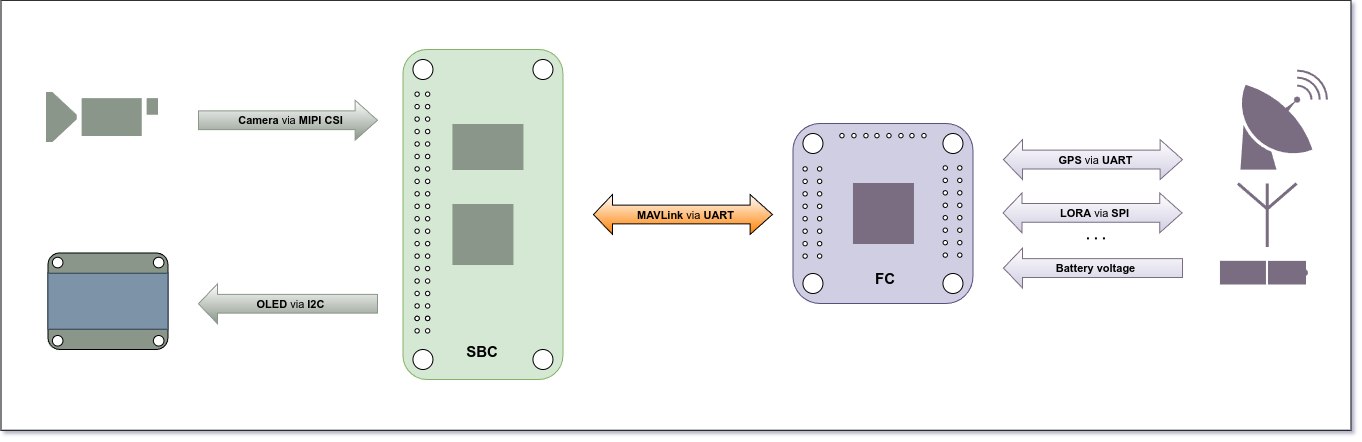
Above: Images/sbc_fc_ench.png in Paschalis/mavlink-sbc-fc-bridge (draw.io), before the change. Source tidied: cells renumbered, new cells last; positions are measured from the earlier drawing's top-left corner, leaving out a move shared by most shapes.
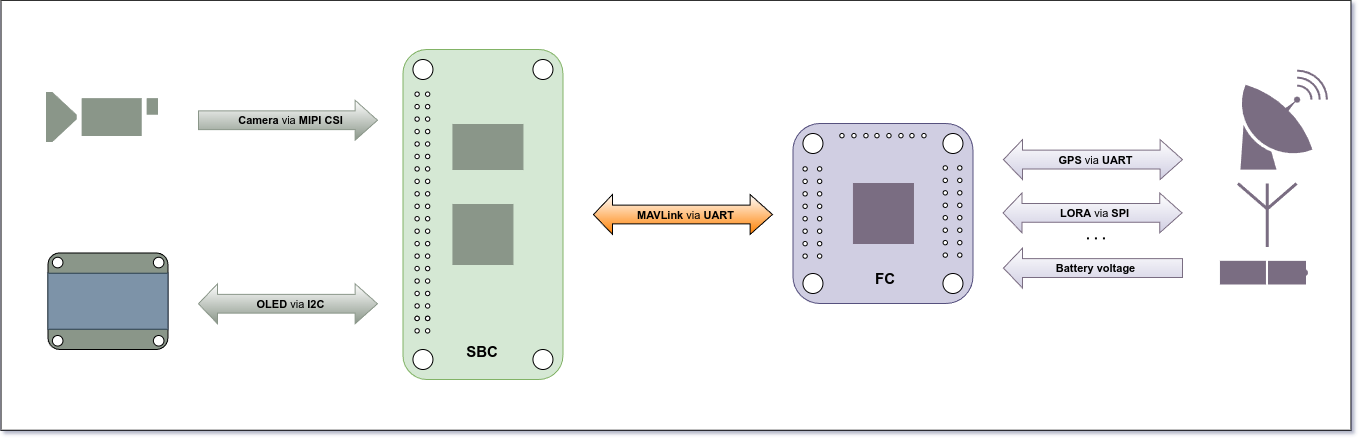
After the change.

Commit message:
Update I2C communication arrows to bidirectional for OLED display connection

The edit, as a diff of the source:
```diff
@@ -330,7 +330,7 @@
         <mxPoint x="-6" y="-1" as="offset" />
       </mxGeometry>
     </mxCell>
-    <mxCell id="108" style="shape=flexArrow;endArrow=none;startArrow=block;html=1;rounded=0;width=18.8;endSize=7.095999999999999;fillColor=default;gradientColor=#8A9689;startFill=0;endFill=0;strokeColor=#8A9689;" parent="1" edge="1">
+    <mxCell id="108" style="shape=flexArrow;endArrow=block;startArrow=block;html=1;rounded=0;width=18.8;endSize=7.095999999999999;fillColor=default;gradientColor=#8A9689;startFill=0;endFill=0;strokeColor=#8A9689;" parent="1" edge="1">
       <mxGeometry relative="1" as="geometry">
         <mxPoint x="196.4" y="303.3" as="sourcePoint" />
         <mxPoint x="376.4" y="303.3" as="targetPoint" />
```
